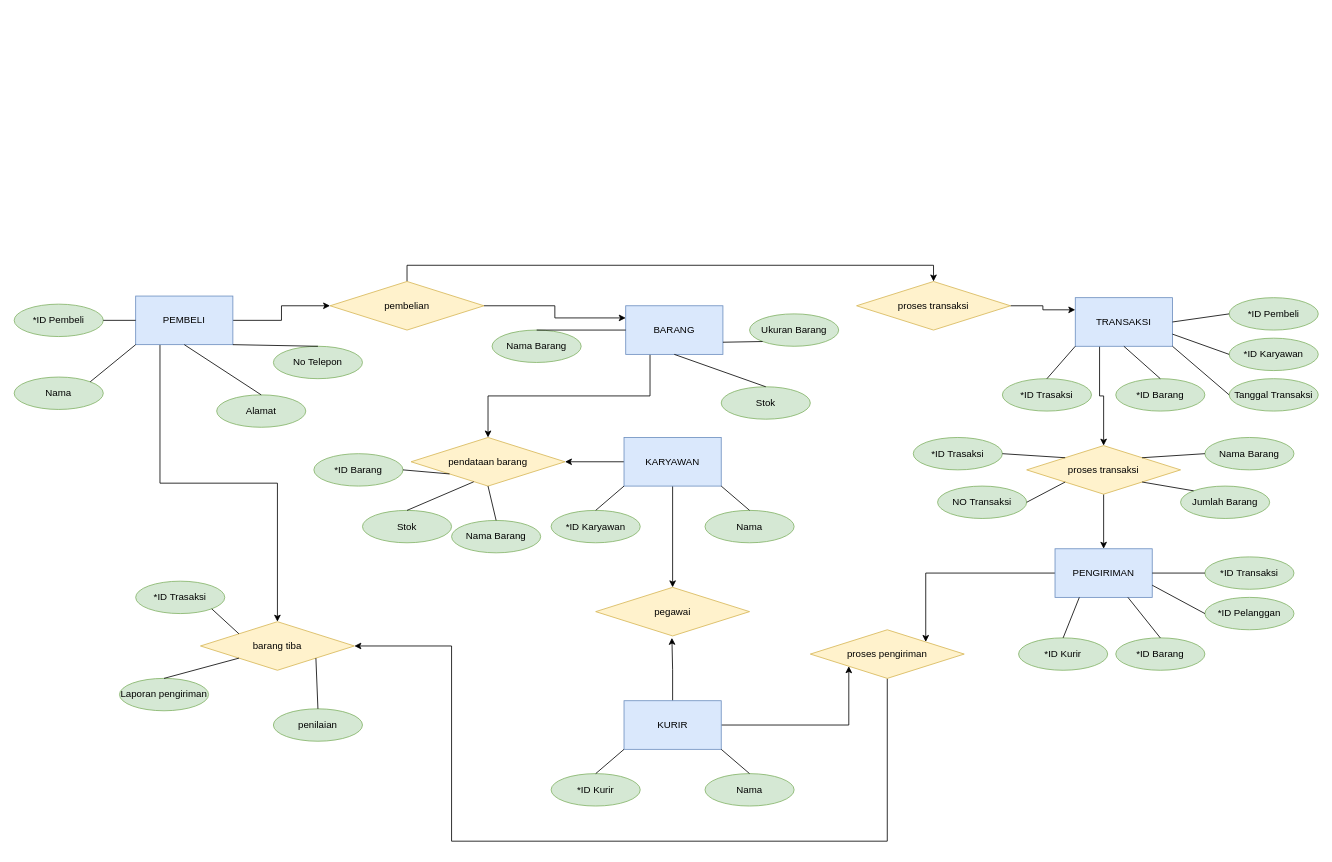
Above: Pertemuan2/Untitled Diagram.drawio in NormalikaShandi/IF214002 (draw.io), before the change. Source tidied: cells renumbered, new cells numbered last; positions are measured from the earlier drawing's top-left corner, leaving out a move shared by most shapes. Both pictures are drawn from the tidied source at 81%, with x=0, y=0 at pixel (14, 281).
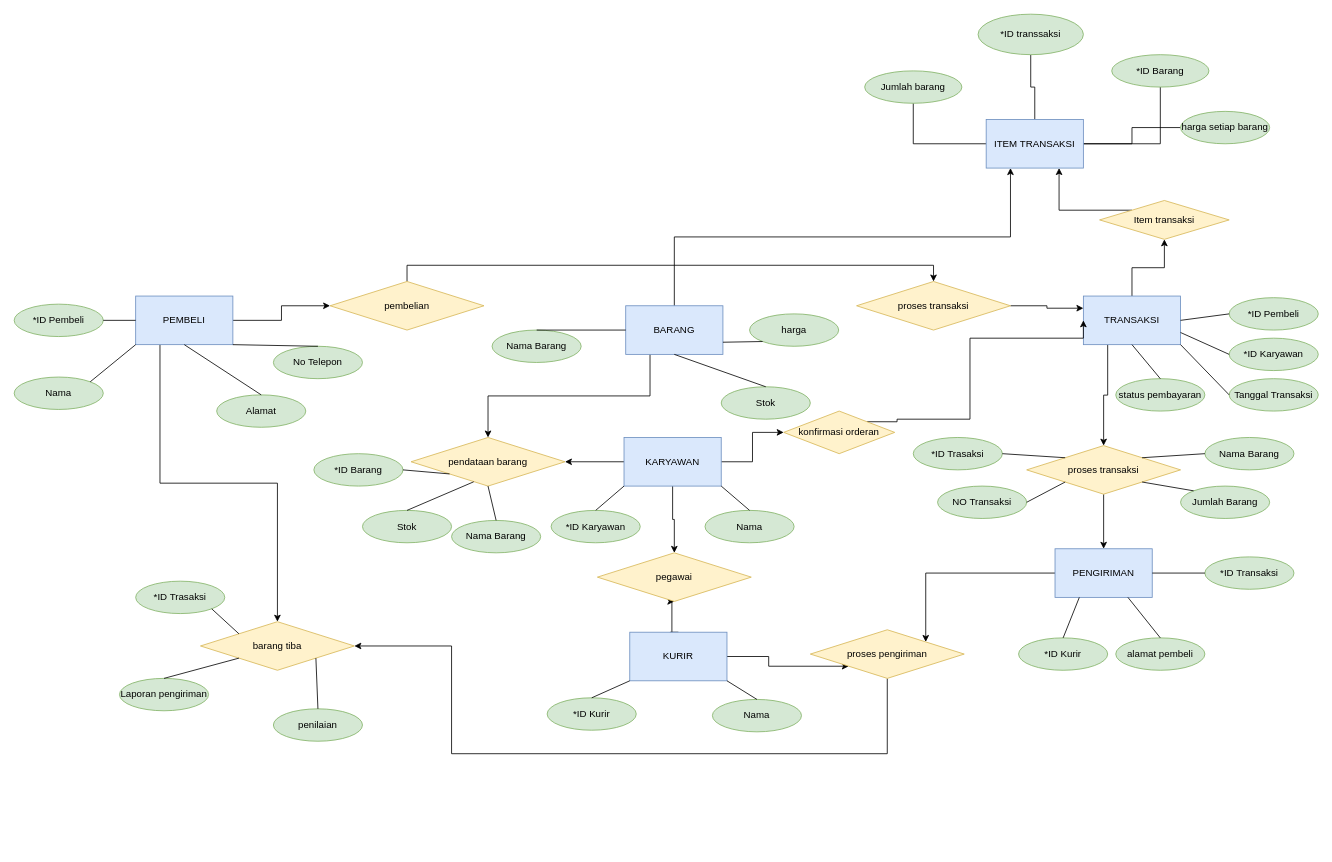
Above is the later version.

The change refers to these unchanged cells:
```xml
<mxCell id="3" value="BARANG" style="rounded=0;whiteSpace=wrap;html=1;fillColor=#dae8fc;strokeColor=#6c8ebf;" parent="1" vertex="1">
  <mxGeometry x="755" y="30" width="120" height="60" as="geometry" />
</mxCell>
<mxCell id="9" value="KARYAWAN" style="rounded=0;whiteSpace=wrap;html=1;fillColor=#dae8fc;strokeColor=#6c8ebf;" parent="1" vertex="1">
  <mxGeometry x="752.9" y="192.6" width="120" height="60" as="geometry" />
</mxCell>
<mxCell id="11" value="PENGIRIMAN" style="rounded=0;whiteSpace=wrap;html=1;fillColor=#dae8fc;strokeColor=#6c8ebf;" parent="1" vertex="1">
  <mxGeometry x="1285" y="330" width="120" height="60" as="geometry" />
</mxCell>
<mxCell id="72" value="pembelian" style="rhombus;whiteSpace=wrap;html=1;fillColor=#fff2cc;strokeColor=#d6b656;" parent="1" vertex="1">
  <mxGeometry x="390" width="190" height="60" as="geometry" />
</mxCell>
<mxCell id="84" value="proses pengiriman" style="rhombus;whiteSpace=wrap;html=1;fillColor=#fff2cc;strokeColor=#d6b656;" parent="1" vertex="1">
  <mxGeometry x="982.9" y="430" width="190" height="60" as="geometry" />
</mxCell>
<mxCell id="85" value="barang tiba" style="rhombus;whiteSpace=wrap;html=1;fillColor=#fff2cc;strokeColor=#d6b656;" parent="1" vertex="1">
  <mxGeometry x="230" y="420" width="190" height="60" as="geometry" />
</mxCell>
```

Change to the diagram source:
```diff
@@
+    <mxCell id="92" style="edgeStyle=orthogonalEdgeStyle;rounded=0;jettySize=auto;html=1;exitX=0.5;exitY=0;exitDx=0;exitDy=0;entryX=0.25;entryY=1;entryDx=0;entryDy=0;endArrow=classic;endFill=1;startArrow=none;startFill=0;" parent="1" edge="1" source="3" target="101">
+      <mxGeometry relative="1" as="geometry" />
+    </mxCell>
@@
+    <mxCell id="93" style="edgeStyle=orthogonalEdgeStyle;rounded=0;jettySize=auto;html=1;" parent="1" edge="1" source="9" target="96">
+      <mxGeometry relative="1" as="geometry" />
+    </mxCell>
@@
+    <mxCell id="94" style="edgeStyle=orthogonalEdgeStyle;rounded=0;jettySize=auto;html=1;" parent="1" edge="1" source="13" target="103">
+      <mxGeometry relative="1" as="geometry" />
+    </mxCell>
     <mxCell id="13" value="TRANSAKSI" style="rounded=0;whiteSpace=wrap;html=1;fillColor=#dae8fc;strokeColor=#6c8ebf;" parent="1" vertex="1">
-      <mxGeometry x="1310" y="20" width="120" height="60" as="geometry" />
+      <mxGeometry x="1320" y="18" width="120" height="60" as="geometry" />
     </mxCell>
@@
-    <mxCell id="17" value="Ukuran Barang" style="ellipse;whiteSpace=wrap;html=1;fillColor=#d5e8d4;strokeColor=#82b366;" parent="1" vertex="1">
+    <mxCell id="17" value="harga" style="ellipse;whiteSpace=wrap;html=1;fillColor=#d5e8d4;strokeColor=#82b366;" parent="1" vertex="1">
       <mxGeometry x="907.9" y="40" width="110" height="40" as="geometry" />
     </mxCell>
@@
-    <mxCell id="21" value="*ID Trasaksi" style="ellipse;whiteSpace=wrap;html=1;fillColor=#d5e8d4;strokeColor=#82b366;" parent="1" vertex="1">
-      <mxGeometry x="1220" y="120" width="110" height="40" as="geometry" />
-    </mxCell>
@@
-    <mxCell id="28" value="*ID Barang" style="ellipse;whiteSpace=wrap;html=1;fillColor=#d5e8d4;strokeColor=#82b366;" parent="1" vertex="1">
+    <mxCell id="28" value="status pembayaran" style="ellipse;whiteSpace=wrap;html=1;fillColor=#d5e8d4;strokeColor=#82b366;" parent="1" vertex="1">
       <mxGeometry x="1360" y="120" width="110" height="40" as="geometry" />
     </mxCell>
@@
-    <mxCell id="30" value="*ID Barang" style="ellipse;whiteSpace=wrap;html=1;fillColor=#d5e8d4;strokeColor=#82b366;" parent="1" vertex="1">
+    <mxCell id="30" value="alamat pembeli" style="ellipse;whiteSpace=wrap;html=1;fillColor=#d5e8d4;strokeColor=#82b366;" parent="1" vertex="1">
       <mxGeometry x="1360" y="440" width="110" height="40" as="geometry" />
     </mxCell>
@@
-    <mxCell id="32" value="*ID Pelanggan" style="ellipse;whiteSpace=wrap;html=1;fillColor=#d5e8d4;strokeColor=#82b366;" parent="1" vertex="1">
-      <mxGeometry x="1470" y="390" width="110" height="40" as="geometry" />
-    </mxCell>
@@
-    <mxCell id="36" style="edgeStyle=orthogonalEdgeStyle;rounded=0;jettySize=auto;html=1;exitX=0.5;exitY=0;exitDx=0;exitDy=0;" parent="1" edge="1" source="38">
+    <mxCell id="36" style="edgeStyle=orthogonalEdgeStyle;rounded=0;jettySize=auto;html=1;exitX=0.5;exitY=0;exitDx=0;exitDy=0;entryX=0.5;entryY=1;entryDx=0;entryDy=0;" parent="1" edge="1" source="38" target="42">
       <mxGeometry relative="1" as="geometry">
-        <mxPoint x="812" y="440" as="targetPoint" />
+        <Array as="points">
+          <mxPoint x="810" y="483" />
+          <mxPoint x="812" y="483" />
+          <mxPoint x="812" y="395" />
+        </Array>
       </mxGeometry>
     </mxCell>
@@
     <mxCell id="38" value="KURIR" style="rounded=0;whiteSpace=wrap;html=1;fillColor=#dae8fc;strokeColor=#6c8ebf;" parent="1" vertex="1">
-      <mxGeometry x="752.9" y="517.6" width="120" height="60" as="geometry" />
+      <mxGeometry x="760" y="433" width="120" height="60" as="geometry" />
     </mxCell>
     <mxCell id="39" value="Nama" style="ellipse;whiteSpace=wrap;html=1;fillColor=#d5e8d4;strokeColor=#82b366;" parent="1" vertex="1">
-      <mxGeometry x="852.9" y="607.6" width="110" height="40" as="geometry" />
+      <mxGeometry x="862" y="516" width="110" height="40" as="geometry" />
     </mxCell>
     <mxCell id="40" value="*ID Kurir" style="ellipse;whiteSpace=wrap;html=1;fillColor=#d5e8d4;strokeColor=#82b366;" parent="1" vertex="1">
-      <mxGeometry x="662.9" y="607.6" width="110" height="40" as="geometry" />
+      <mxGeometry x="658" y="514" width="110" height="40" as="geometry" />
     </mxCell>
@@
     <mxCell id="42" value="pegawai" style="rhombus;whiteSpace=wrap;html=1;fillColor=#fff2cc;strokeColor=#d6b656;" parent="1" vertex="1">
-      <mxGeometry x="717.9" y="377.6" width="190" height="60" as="geometry" />
+      <mxGeometry x="720" y="335" width="190" height="60" as="geometry" />
     </mxCell>
@@
-    <mxCell id="57" style="endArrow=none;html=1;rounded=0;exitX=0.5;exitY=0;exitDx=0;exitDy=0;entryX=0;entryY=1;entryDx=0;entryDy=0;" parent="1" edge="1" source="21" target="13">
-      <mxGeometry relative="1" as="geometry" />
-    </mxCell>
@@
-    <mxCell id="65" style="endArrow=none;html=1;rounded=0;exitX=0;exitY=0.5;exitDx=0;exitDy=0;entryX=1;entryY=0.75;entryDx=0;entryDy=0;" parent="1" edge="1" source="32" target="11">
-      <mxGeometry relative="1" as="geometry" />
-    </mxCell>
@@
-    <mxCell id="70" style="edgeStyle=orthogonalEdgeStyle;rounded=0;jettySize=auto;html=1;exitX=1;exitY=0.5;exitDx=0;exitDy=0;entryX=0;entryY=0.25;entryDx=0;entryDy=0;" parent="1" edge="1" source="72" target="3">
-      <mxGeometry relative="1" as="geometry" />
-    </mxCell>
@@
     <mxCell id="83" style="edgeStyle=orthogonalEdgeStyle;rounded=0;jettySize=auto;html=1;exitX=0.5;exitY=1;exitDx=0;exitDy=0;entryX=1;entryY=0.5;entryDx=0;entryDy=0;" parent="1" edge="1" source="84" target="85">
       <mxGeometry relative="1" as="geometry">
         <Array as="points">
-          <mxPoint x="1078" y="691" />
-          <mxPoint x="540" y="691" />
+          <mxPoint x="1078" y="583" />
+          <mxPoint x="540" y="583" />
           <mxPoint x="540" y="450" />
         </Array>
       </mxGeometry>
     </mxCell>
@@
+    <mxCell id="95" style="edgeStyle=orthogonalEdgeStyle;rounded=0;jettySize=auto;html=1;exitX=1;exitY=0;exitDx=0;exitDy=0;entryX=0;entryY=0.5;entryDx=0;entryDy=0;" parent="1" edge="1" source="96" target="13">
+      <mxGeometry relative="1" as="geometry">
+        <Array as="points">
+          <mxPoint x="1090" y="173" />
+          <mxPoint x="1090" y="170" />
+          <mxPoint x="1180" y="170" />
+          <mxPoint x="1180" y="70" />
+          <mxPoint x="1320" y="70" />
+        </Array>
+      </mxGeometry>
+    </mxCell>
+    <mxCell id="96" value="konfirmasi orderan" style="rhombus;whiteSpace=wrap;html=1;fillColor=#fff2cc;strokeColor=#d6b656;rounded=0;" parent="1" vertex="1">
+      <mxGeometry x="950" y="160" width="137.1" height="52.6" as="geometry" />
+    </mxCell>
+    <mxCell id="97" style="edgeStyle=orthogonalEdgeStyle;rounded=0;jettySize=auto;html=1;endArrow=none;endFill=0;" parent="1" edge="1" source="101" target="104">
+      <mxGeometry relative="1" as="geometry" />
+    </mxCell>
+    <mxCell id="98" style="edgeStyle=orthogonalEdgeStyle;rounded=0;jettySize=auto;html=1;endArrow=none;endFill=0;" parent="1" edge="1" source="101" target="105">
+      <mxGeometry relative="1" as="geometry" />
+    </mxCell>
+    <mxCell id="99" style="edgeStyle=orthogonalEdgeStyle;rounded=0;jettySize=auto;html=1;endArrow=none;endFill=0;" parent="1" edge="1" source="101" target="106">
+      <mxGeometry relative="1" as="geometry" />
+    </mxCell>
+    <mxCell id="100" style="edgeStyle=orthogonalEdgeStyle;rounded=0;jettySize=auto;html=1;endArrow=none;endFill=0;" parent="1" edge="1" source="101" target="107">
+      <mxGeometry relative="1" as="geometry" />
+    </mxCell>
+    <mxCell id="101" value="ITEM TRANSAKSI" style="rounded=0;whiteSpace=wrap;html=1;fillColor=#dae8fc;strokeColor=#6c8ebf;" parent="1" vertex="1">
+      <mxGeometry x="1200" y="-200" width="120" height="60" as="geometry" />
+    </mxCell>
+    <mxCell id="102" style="edgeStyle=orthogonalEdgeStyle;rounded=0;jettySize=auto;html=1;exitX=0;exitY=0;exitDx=0;exitDy=0;entryX=0.75;entryY=1;entryDx=0;entryDy=0;" parent="1" edge="1" source="103" target="101">
+      <mxGeometry relative="1" as="geometry" />
+    </mxCell>
+    <mxCell id="103" value="Item transaksi" style="rhombus;whiteSpace=wrap;html=1;fillColor=#fff2cc;strokeColor=#d6b656;rounded=0;" parent="1" vertex="1">
+      <mxGeometry x="1340" y="-100" width="160" height="48" as="geometry" />
+    </mxCell>
+    <mxCell id="104" value="*ID transsaksi" style="ellipse;whiteSpace=wrap;html=1;fillColor=#d5e8d4;strokeColor=#82b366;rounded=0;" parent="1" vertex="1">
+      <mxGeometry x="1190" y="-330" width="130" height="50" as="geometry" />
+    </mxCell>
+    <mxCell id="105" value="*ID Barang" style="ellipse;whiteSpace=wrap;html=1;fillColor=#d5e8d4;strokeColor=#82b366;rounded=0;" parent="1" vertex="1">
+      <mxGeometry x="1355" y="-280" width="120" height="40" as="geometry" />
+    </mxCell>
+    <mxCell id="106" value="Jumlah barang" style="ellipse;whiteSpace=wrap;html=1;fillColor=#d5e8d4;strokeColor=#82b366;rounded=0;" parent="1" vertex="1">
+      <mxGeometry x="1050" y="-260" width="120" height="40" as="geometry" />
+    </mxCell>
+    <mxCell id="107" value="harga setiap barang" style="ellipse;whiteSpace=wrap;html=1;fillColor=#d5e8d4;strokeColor=#82b366;rounded=0;" parent="1" vertex="1">
+      <mxGeometry x="1440" y="-210" width="110" height="40" as="geometry" />
+    </mxCell>
```
